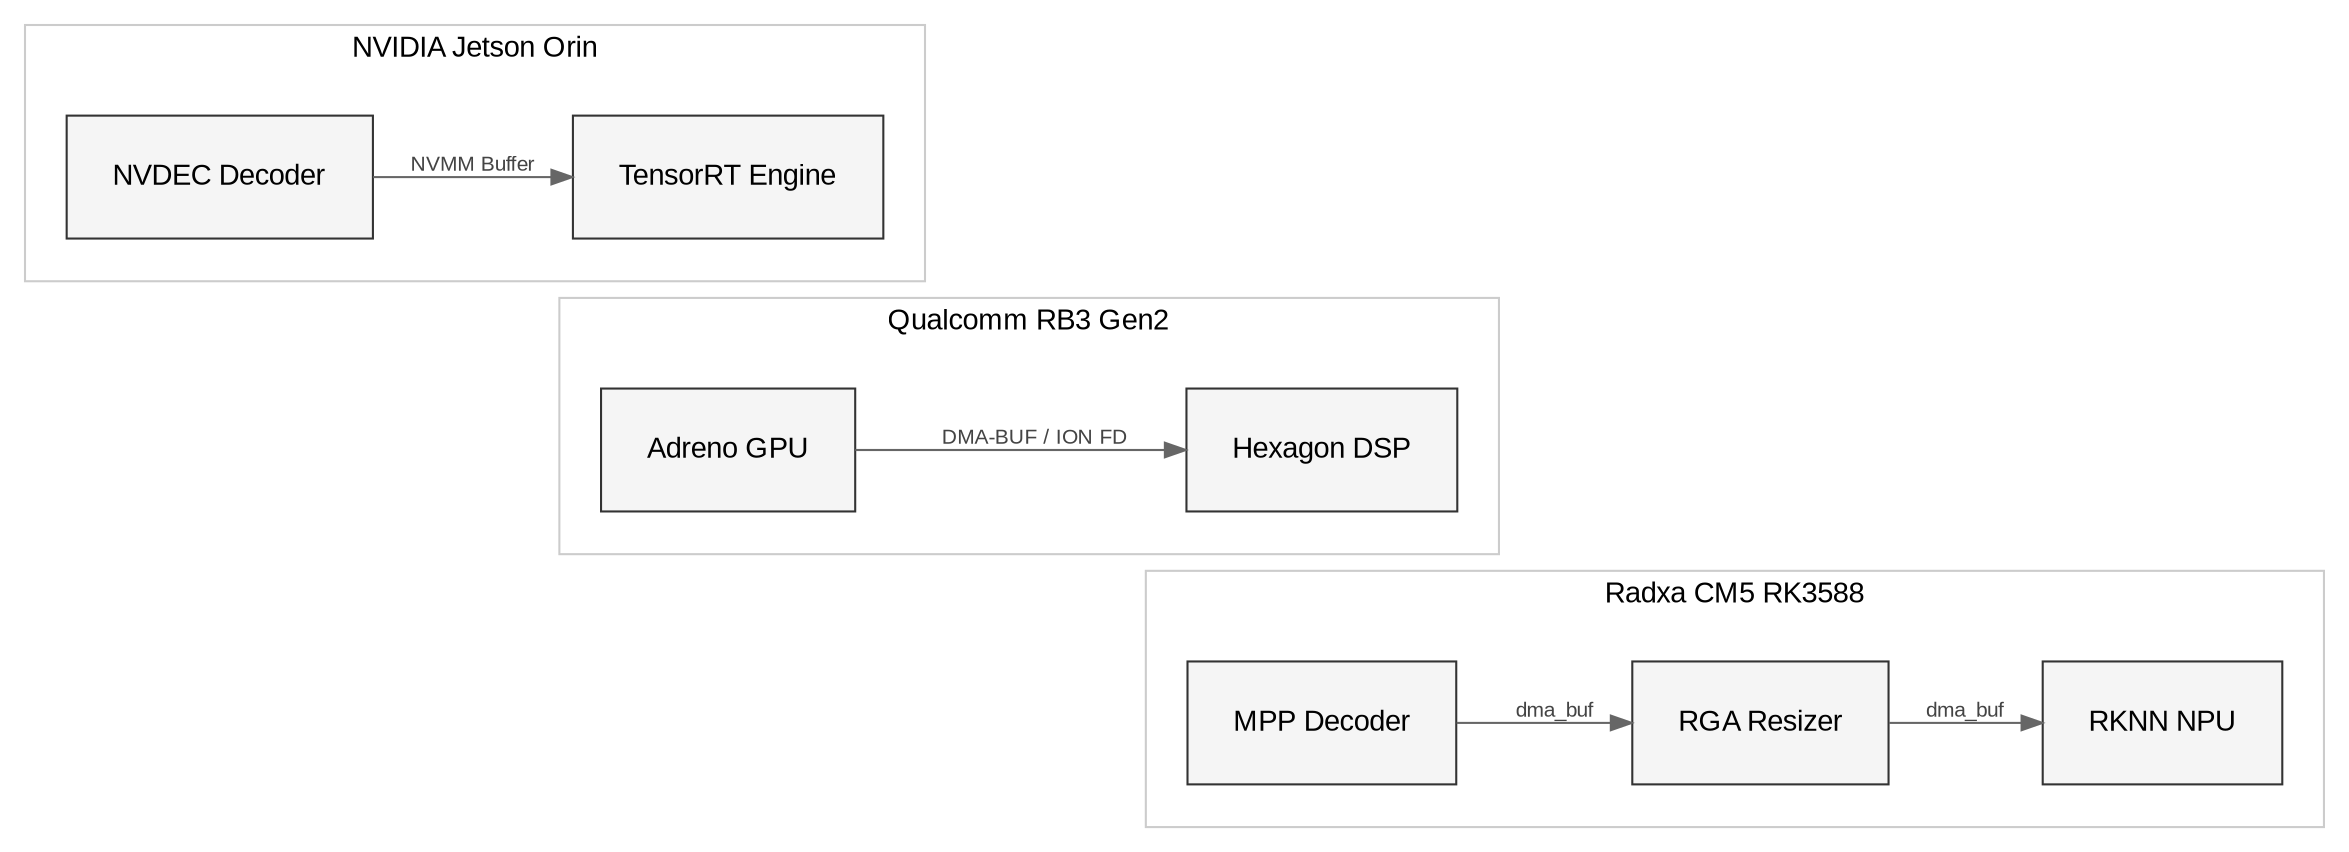
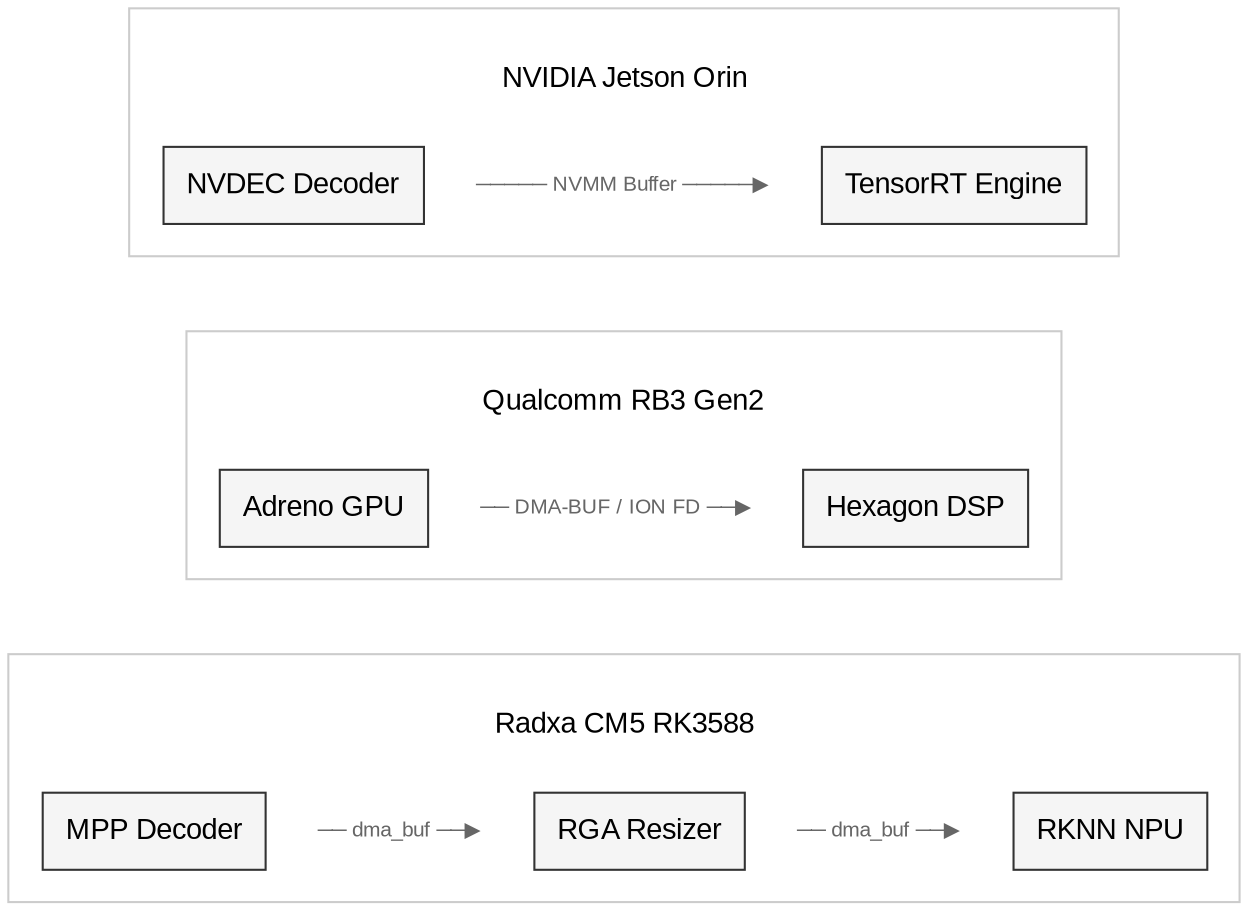
digraph ZeroCopy {
-     rankdir=LR;
-     node [shape=box, style=filled, color="#333333", fillcolor="#f5f5f5", fontcolor="#000000", fontname="Arial", margin=0.3];
-     edge [color="#666666", fontcolor="#444444", fontname="Arial", fontsize=10];
+     rankdir=TB;
    bgcolor="white";
+     node [shape=none, margin=0];
+     edge [style=invis];

-     subgraph cluster_nvidia {
-         label="NVIDIA Jetson Orin";
-         fontcolor="#000000";
-         fontname="Arial";
-         fontsize=14;
-         color="#cccccc";
-         margin=20;
-         NV [label="NVDEC Decoder"];
-         TRT [label="TensorRT Engine"];
-         NV -> TRT [label="NVMM Buffer"];
-     }
+     NVIDIA [label=<
+     <table border="1" color="#cccccc" cellborder="0" cellspacing="15" cellpadding="10" bgcolor="white">
+         <tr><td colspan="3"><font point-size="14" face="Arial">NVIDIA Jetson Orin</font></td></tr>
+         <tr>
+             <td bgcolor="#f5f5f5" border="1" color="#333333"><font face="Arial">NVDEC Decoder</font></td>
+             <td><font face="Arial" color="#666666" point-size="10">───── NVMM Buffer ─────▶</font></td>
+             <td bgcolor="#f5f5f5" border="1" color="#333333"><font face="Arial">TensorRT Engine</font></td>
+         </tr>
+     </table>
+     >];

-     subgraph cluster_qualcomm {
-         label="Qualcomm RB3 Gen2";
-         fontcolor="#000000";
-         fontname="Arial";
-         fontsize=14;
-         color="#cccccc";
-         margin=20;
-         ADRENO [label="Adreno GPU"];
-         HEX [label="Hexagon DSP"];
-         ADRENO -> HEX [label="DMA-BUF / ION FD"];
-     }
+     QUALCOMM [label=<
+     <table border="1" color="#cccccc" cellborder="0" cellspacing="15" cellpadding="10" bgcolor="white">
+         <tr><td colspan="3"><font point-size="14" face="Arial">Qualcomm RB3 Gen2</font></td></tr>
+         <tr>
+             <td bgcolor="#f5f5f5" border="1" color="#333333"><font face="Arial">Adreno GPU</font></td>
+             <td><font face="Arial" color="#666666" point-size="10">── DMA-BUF / ION FD ──▶</font></td>
+             <td bgcolor="#f5f5f5" border="1" color="#333333"><font face="Arial">Hexagon DSP</font></td>
+         </tr>
+     </table>
+     >];

-     subgraph cluster_radxa {
-         label="Radxa CM5 RK3588";
-         fontcolor="#000000";
-         fontname="Arial";
-         fontsize=14;
-         color="#cccccc";
-         margin=20;
-         MPP [label="MPP Decoder"];
-         RGA [label="RGA Resizer"];
-         RKNN [label="RKNN NPU"];
-         MPP -> RGA [label="dma_buf"];
-         RGA -> RKNN [label="dma_buf"];
-     }
+     RADXA [label=<
+     <table border="1" color="#cccccc" cellborder="0" cellspacing="15" cellpadding="10" bgcolor="white">
+         <tr><td colspan="5"><font point-size="14" face="Arial">Radxa CM5 RK3588</font></td></tr>
+         <tr>
+             <td bgcolor="#f5f5f5" border="1" color="#333333"><font face="Arial">MPP Decoder</font></td>
+             <td><font face="Arial" color="#666666" point-size="10">── dma_buf ──▶</font></td>
+             <td bgcolor="#f5f5f5" border="1" color="#333333"><font face="Arial">RGA Resizer</font></td>
+             <td><font face="Arial" color="#666666" point-size="10">── dma_buf ──▶</font></td>
+             <td bgcolor="#f5f5f5" border="1" color="#333333"><font face="Arial">RKNN NPU</font></td>
+         </tr>
+     </table>
+     >];

-     # Force vertical stacking
-     NV -> ADRENO [style=invis];
-     ADRENO -> MPP [style=invis];
+     NVIDIA -> QUALCOMM;
+     QUALCOMM -> RADXA;
}
